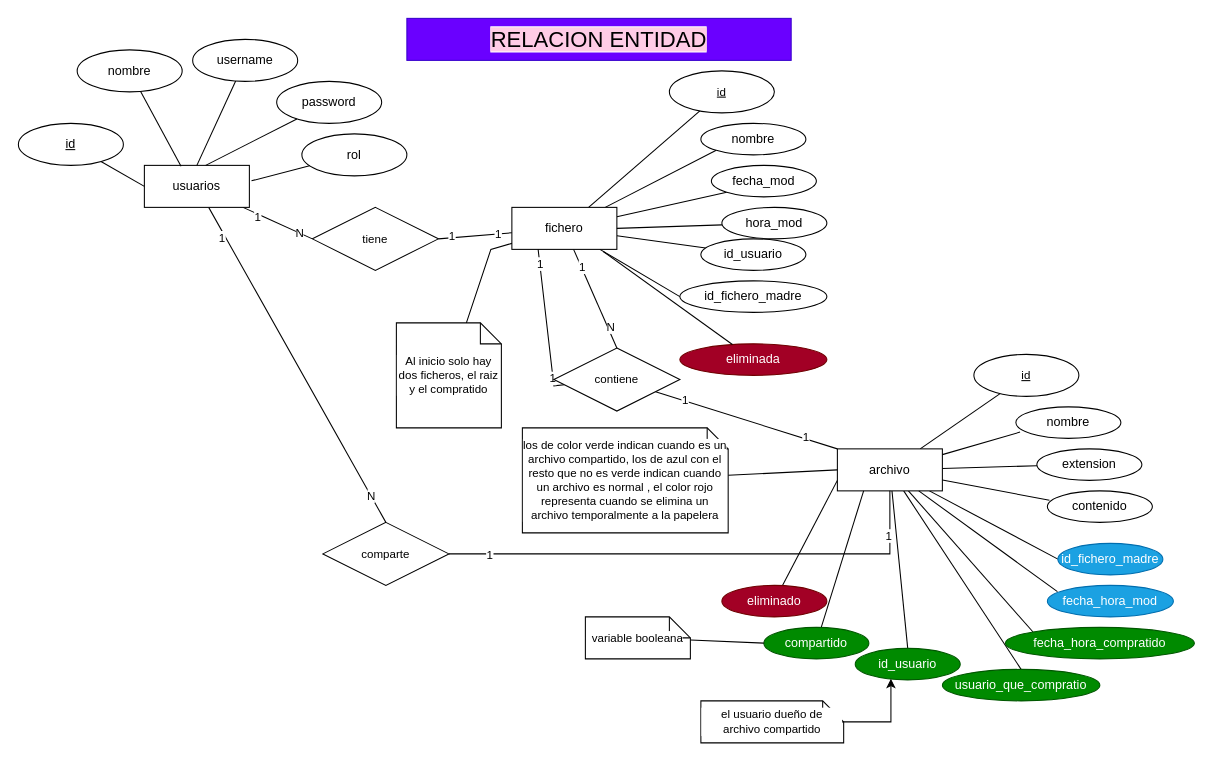
The draw.io diagram EntidadRelacion.drawio in EilerGomez/GraFiles_2P_MIA_2S_2024, before the edit. Source tidied: cells renumbered, new cells numbered last; positions are measured from the earlier drawing's top-left corner, leaving out a move shared by most shapes. Both pictures are drawn from the tidied source at 105%, with x=0, y=0 at pixel (18, 18).
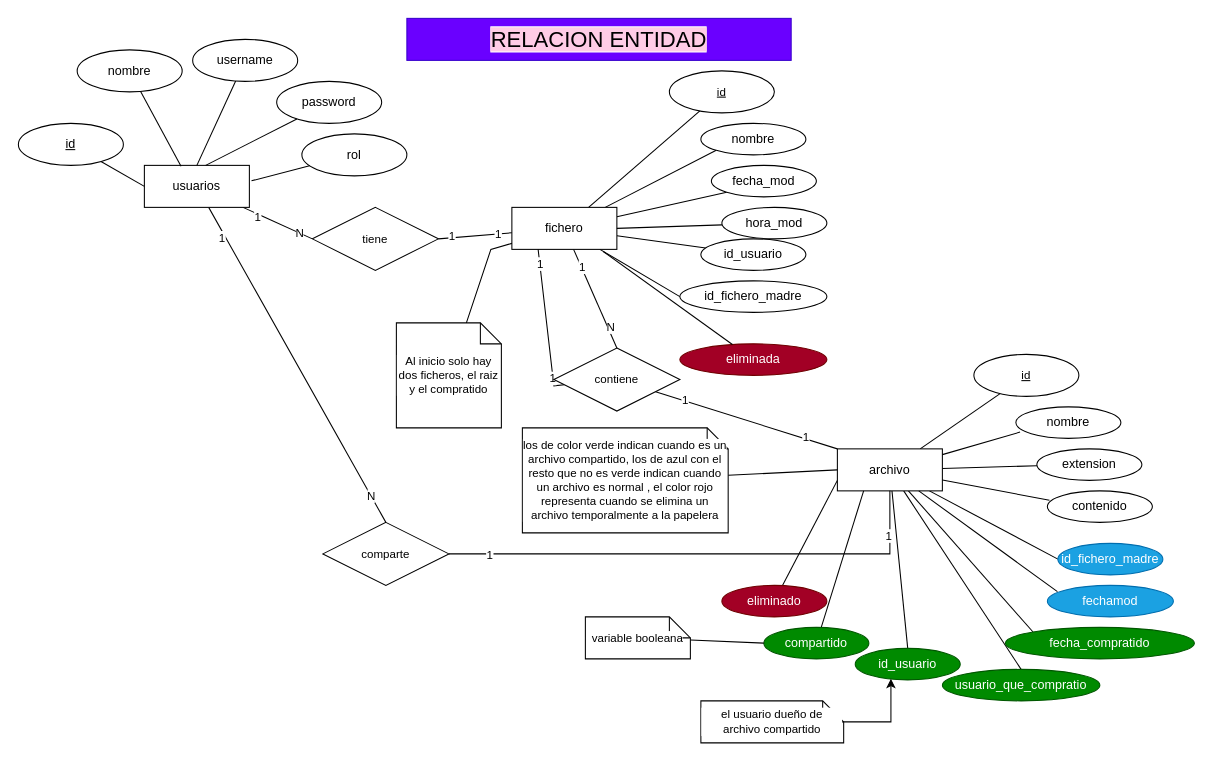
After the change.

The edit, as a diff of the source:
```diff
@@
-    <mxCell id="47" value="fecha_hora_mod" style="ellipse;whiteSpace=wrap;html=1;align=center;fillColor=#1ba1e2;fontColor=#ffffff;strokeColor=#006EAF;" parent="1" vertex="1">
+    <mxCell id="47" value="fechamod" style="ellipse;whiteSpace=wrap;html=1;align=center;fillColor=#1ba1e2;fontColor=#ffffff;strokeColor=#006EAF;" parent="1" vertex="1">
       <mxGeometry x="980" y="540" width="120" height="30" as="geometry" />
     </mxCell>
@@
-    <mxCell id="52" value="fecha_hora_compratido" style="ellipse;whiteSpace=wrap;html=1;align=center;fillColor=#008a00;fontColor=#ffffff;strokeColor=#005700;" parent="1" vertex="1">
+    <mxCell id="52" value="fecha_compratido" style="ellipse;whiteSpace=wrap;html=1;align=center;fillColor=#008a00;fontColor=#ffffff;strokeColor=#005700;" parent="1" vertex="1">
       <mxGeometry x="940" y="580" width="180" height="30" as="geometry" />
     </mxCell>
```
